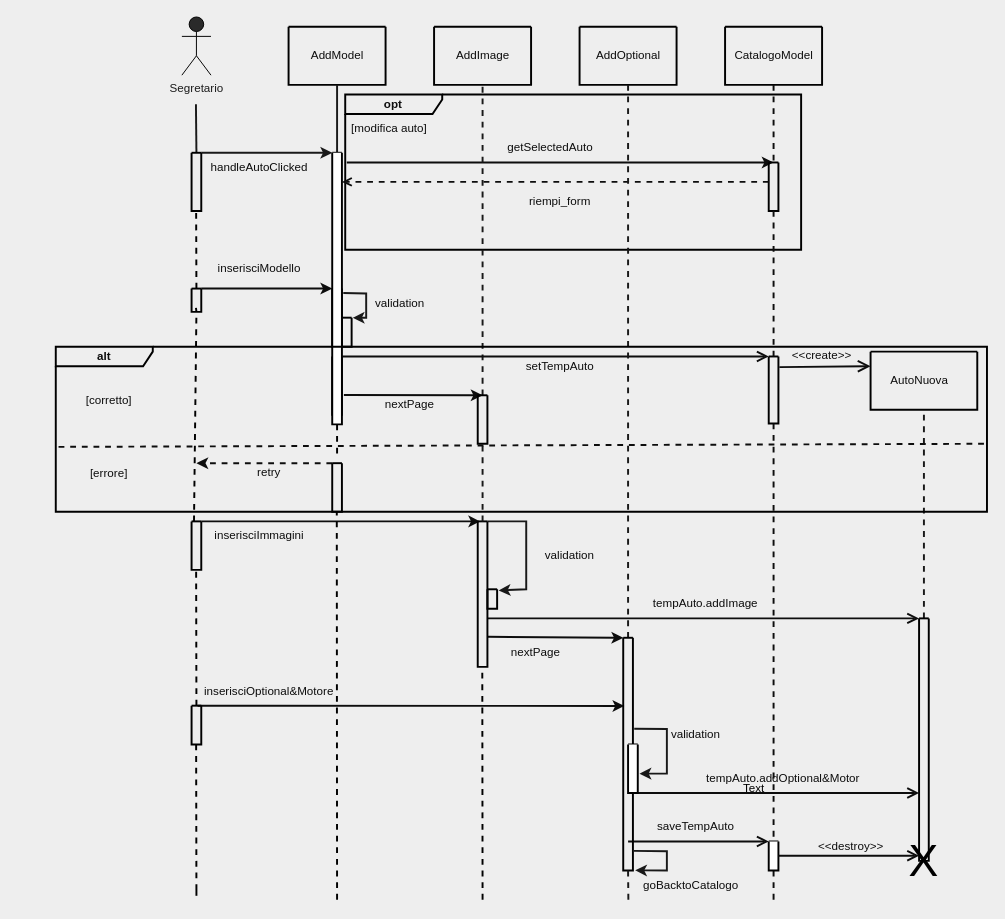
Before: doc/AddAutoSeq.drawio in 446f6e6e79/ConfiguratoreAuto, a draw.io diagram. Source tidied: cells renumbered, new cells numbered last; positions are measured from the earlier drawing's top-left corner, leaving out a move shared by most shapes. Both pictures are drawn from the tidied source at 97%, with x=0, y=0 at pixel (16, 16).
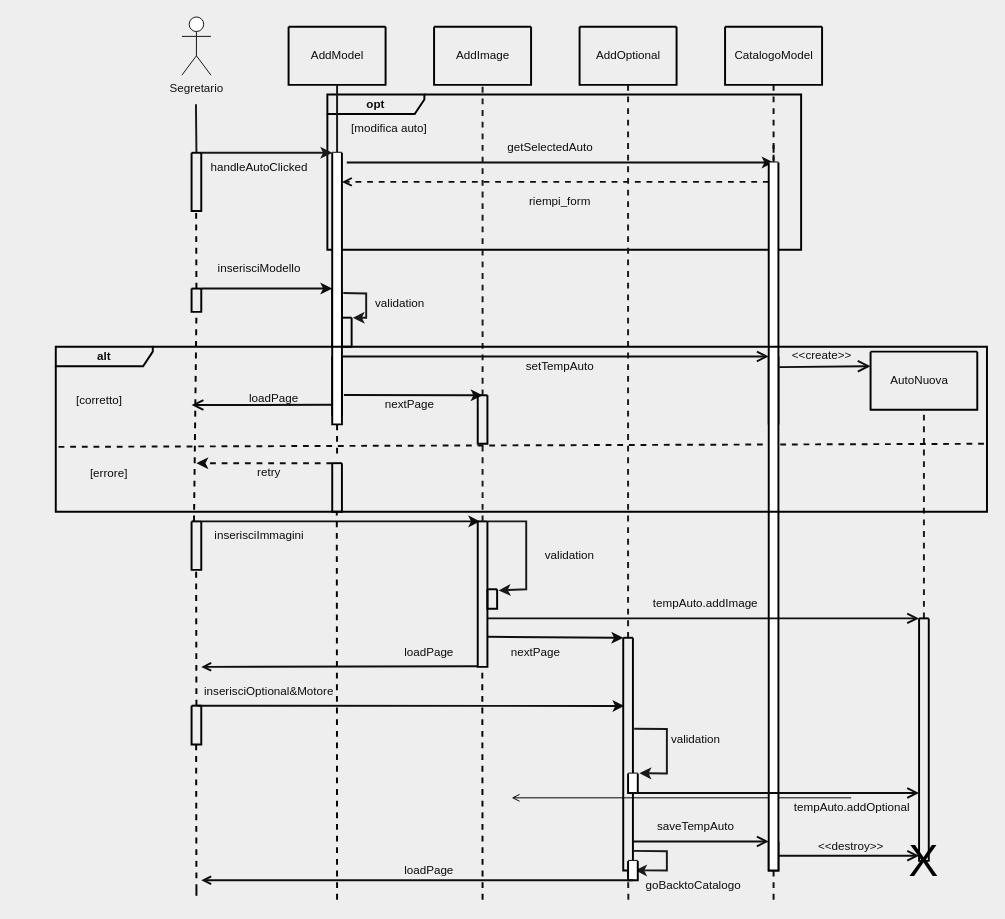
The same diagram, later.

The change refers to these unchanged cells:
```xml
<mxCell id="35" value="inserisciImmagini" style="text;html=1;strokeColor=none;fillColor=none;align=center;verticalAlign=middle;whiteSpace=wrap;rounded=0;labelBackgroundColor=none;strokeWidth=2;fontColor=#0D0D0D;" parent="1" vertex="1">
  <mxGeometry x="190" y="520" width="120" height="30" as="geometry" />
</mxCell>
<mxCell id="65" style="swimlane;startSize=0;labelBackgroundColor=none;strokeColor=#000000;strokeWidth=2;fontColor=#0D0D0D;fillColor=#2A2A2A;" parent="1" vertex="1">
  <mxGeometry x="325" y="280" width="10" height="60" as="geometry" />
</mxCell>
<mxCell id="68" style="swimlane;startSize=0;labelBackgroundColor=none;strokeColor=#000000;strokeWidth=2;fontColor=#0D0D0D;fillColor=#2A2A2A;" parent="1" vertex="1">
  <mxGeometry x="180" y="280" width="10" height="24" as="geometry" />
</mxCell>
<mxCell id="72" style="swimlane;startSize=0;labelBackgroundColor=none;strokeColor=#000000;strokeWidth=2;fontColor=#0D0D0D;fillColor=#FFFFFF;" parent="1" vertex="1">
  <mxGeometry x="180" y="520" width="10" height="50" as="geometry" />
</mxCell>
<mxCell id="79" style="swimlane;startSize=0;labelBackgroundColor=none;strokeColor=#000000;strokeWidth=2;fontColor=#0D0D0D;fillColor=#FFFFFF;" parent="1" vertex="1">
  <mxGeometry x="625" y="640" width="10" height="240" as="geometry" />
</mxCell>
<mxCell id="83" style="swimlane;startSize=0;labelBackgroundColor=none;strokeColor=#000000;strokeWidth=2;fontColor=#0D0D0D;fillColor=#2A2A2A;" parent="1" vertex="1">
  <mxGeometry x="930" y="620" width="10" height="250" as="geometry" />
</mxCell>
<mxCell id="92" style="swimlane;startSize=0;labelBackgroundColor=none;strokeColor=#000000;strokeWidth=2;fontColor=#0D0D0D;fillColor=#2A2A2A;swimlaneFillColor=#FFFFFF;" parent="1" vertex="1">
  <mxGeometry x="325" y="140" width="10" height="280" as="geometry" />
</mxCell>
<mxCell id="94" style="swimlane;startSize=0;labelBackgroundColor=none;strokeColor=#000000;strokeWidth=2;fontColor=#0D0D0D;fillColor=#FFFFFF;swimlaneFillColor=#FFFFFF;" parent="1" vertex="1">
  <mxGeometry x="775" y="850" width="10" height="30" as="geometry" />
</mxCell>
```

The edit, as a diff of the source:
```diff
@@
     <mxCell id="2" value="&lt;b&gt;opt&lt;/b&gt;" style="shape=umlFrame;whiteSpace=wrap;html=1;labelBackgroundColor=none;strokeColor=#000000;strokeWidth=2;fontColor=#0D0D0D;fillColor=none;width=100;height=20;" parent="1" vertex="1">
-      <mxGeometry x="338.4" y="80" width="470" height="160" as="geometry" />
+      <mxGeometry x="320" y="80" width="488.4" height="160" as="geometry" />
     </mxCell>
-    <mxCell id="3" value="Segretario" style="shape=umlActor;verticalLabelPosition=bottom;verticalAlign=top;html=1;fillColor=#2A2A2A;strokeColor=#000000;fontColor=#1C1C1C;" parent="1" vertex="1">
-      <mxGeometry x="170" width="30" height="60" as="geometry" />
-    </mxCell>
@@
-    <mxCell id="15" style="endArrow=none;dashed=1;html=1;rounded=0;exitX=0.622;exitY=0;exitDx=0;exitDy=0;exitPerimeter=0;strokeWidth=2;strokeColor=#000000;entryX=0.5;entryY=1;entryDx=0;entryDy=0;" parent="1" edge="1" target="68">
-      <mxGeometry relative="1" as="geometry">
-        <mxPoint x="184.5" y="300" as="sourcePoint" />
-      </mxGeometry>
-    </mxCell>
-    <mxCell id="16" style="endArrow=none;dashed=1;html=1;rounded=0;entryX=0.5;entryY=1;entryDx=0;entryDy=0;strokeWidth=2;strokeColor=#000000;exitX=0.25;exitY=0;exitDx=0;exitDy=0;" parent="1" edge="1" source="72" target="68">
-      <mxGeometry relative="1" as="geometry" />
-    </mxCell>
@@
-    <mxCell id="23" style="swimlane;startSize=0;labelBackgroundColor=none;strokeColor=#000000;strokeWidth=2;fontColor=#0D0D0D;fillColor=#2A2A2A;" parent="1" vertex="1">
-      <mxGeometry x="775" y="150" width="10" height="50" as="geometry" />
-    </mxCell>
@@
-    <mxCell id="28" style="endArrow=classic;html=1;rounded=0;strokeColor=#0D0D0D;strokeWidth=2;entryX=0;entryY=0;entryDx=0;entryDy=0;" parent="1" edge="1" target="65">
-      <mxGeometry relative="1" as="geometry">
-        <mxPoint x="190" y="280" as="sourcePoint" />
-      </mxGeometry>
+    <mxCell id="28" style="endArrow=classic;html=1;rounded=0;strokeColor=#0D0D0D;strokeWidth=2;entryX=0;entryY=0;entryDx=0;entryDy=0;exitX=1;exitY=0;exitDx=0;exitDy=0;" parent="1" edge="1" source="68" target="65">
+      <mxGeometry relative="1" as="geometry" />
     </mxCell>
@@
-    <mxCell id="34" style="endArrow=classic;html=1;rounded=0;strokeColor=#0D0D0D;strokeWidth=2;exitX=1;exitY=0;exitDx=0;exitDy=0;" parent="1" edge="1" source="72">
+    <mxCell id="34" style="endArrow=classic;html=1;rounded=0;strokeColor=#0D0D0D;strokeWidth=2;exitX=0;exitY=0;exitDx=0;exitDy=0;" parent="1" edge="1" source="35">
       <mxGeometry relative="1" as="geometry">
         <mxPoint x="477.5" y="520" as="targetPoint" />
       </mxGeometry>
     </mxCell>
@@
-    <mxCell id="45" style="endArrow=open;html=1;rounded=0;strokeColor=#0D0D0D;strokeWidth=2;entryX=0;entryY=0;entryDx=0;entryDy=0;endSize=8;endFill=0;" parent="1" edge="1" target="83">
-      <mxGeometry relative="1" as="geometry">
-        <mxPoint x="485" y="620" as="sourcePoint" />
-      </mxGeometry>
-    </mxCell>
@@
-    <mxCell id="49" style="endArrow=classic;html=1;rounded=0;strokeColor=#191919;strokeWidth=2;fontColor=#0D0D0D;exitX=1.133;exitY=0.391;exitDx=0;exitDy=0;exitPerimeter=0;entryX=1.181;entryY=0.602;entryDx=0;entryDy=0;entryPerimeter=0;" parent="1" edge="1" source="79" target="91">
+    <mxCell id="49" style="endArrow=classic;html=1;rounded=0;strokeColor=#191919;strokeWidth=2;fontColor=#0D0D0D;exitX=1.133;exitY=0.391;exitDx=0;exitDy=0;exitPerimeter=0;entryX=1.175;entryY=-0.021;entryDx=0;entryDy=0;entryPerimeter=0;" parent="1" edge="1" source="79" target="91">
       <mxGeometry relative="1" as="geometry">
         <Array as="points">
           <mxPoint x="670" y="734" />
           <mxPoint x="670" y="780" />
         </Array>
       </mxGeometry>
     </mxCell>
     <mxCell id="50" value="validation" style="text;html=1;strokeColor=none;fillColor=none;align=center;verticalAlign=middle;whiteSpace=wrap;rounded=0;labelBackgroundColor=none;strokeWidth=2;fontColor=#0D0D0D;" parent="1" vertex="1">
-      <mxGeometry x="640" y="725" width="120" height="30" as="geometry" />
+      <mxGeometry x="640" y="730" width="120" height="30" as="geometry" />
     </mxCell>
-    <mxCell id="51" style="endArrow=open;html=1;rounded=0;strokeColor=#0D0D0D;strokeWidth=2;endFill=0;endSize=8;" parent="1" edge="1">
-      <mxGeometry relative="1" as="geometry">
-        <mxPoint x="630" y="800" as="sourcePoint" />
-        <mxPoint x="930" y="800" as="targetPoint" />
-      </mxGeometry>
-    </mxCell>
-    <mxCell id="52" value="tempAuto.addOptional&amp;amp;Motor" style="text;html=1;strokeColor=none;fillColor=none;align=center;verticalAlign=middle;whiteSpace=wrap;rounded=0;labelBackgroundColor=none;strokeWidth=2;fontColor=#0D0D0D;" parent="1" vertex="1">
-      <mxGeometry x="730" y="770" width="120" height="30" as="geometry" />
-    </mxCell>
+    <mxCell id="100" style="edgeStyle=orthogonalEdgeStyle;rounded=0;jettySize=auto;html=1;fontColor=#121212;endArrow=open;endFill=0;" parent="1" edge="1" source="52">
+      <mxGeometry relative="1" as="geometry">
+        <mxPoint x="510" y="805" as="targetPoint" />
+      </mxGeometry>
+    </mxCell>
@@
     <mxCell id="59" value="[corretto]" style="text;html=1;strokeColor=none;fillColor=none;align=center;verticalAlign=middle;whiteSpace=wrap;rounded=0;labelBackgroundColor=none;strokeWidth=2;fontColor=#0D0D0D;" parent="1" vertex="1">
-      <mxGeometry y="371" width="190" height="48" as="geometry" />
+      <mxGeometry x="50" y="386" width="70" height="19" as="geometry" />
     </mxCell>
-    <mxCell id="60" style="endArrow=open;html=1;rounded=0;strokeColor=#0D0D0D;strokeWidth=2;endFill=0;endSize=8;entryX=0;entryY=0;entryDx=0;entryDy=0;" parent="1" edge="1" target="94">
-      <mxGeometry relative="1" as="geometry">
-        <mxPoint x="630" y="850" as="sourcePoint" />
-      </mxGeometry>
+    <mxCell id="60" style="endArrow=open;html=1;rounded=0;strokeColor=#0D0D0D;strokeWidth=2;endFill=0;endSize=8;entryX=0;entryY=0;entryDx=0;entryDy=0;exitX=1.063;exitY=0.875;exitDx=0;exitDy=0;exitPerimeter=0;" parent="1" edge="1" source="79" target="94">
+      <mxGeometry relative="1" as="geometry" />
     </mxCell>
@@
     <mxCell id="62" value="goBacktoCatalogo" style="text;html=1;strokeColor=none;fillColor=none;align=center;verticalAlign=middle;whiteSpace=wrap;rounded=0;labelBackgroundColor=none;strokeWidth=2;fontColor=#0D0D0D;" parent="1" vertex="1">
-      <mxGeometry x="635" y="880" width="120" height="30" as="geometry" />
+      <mxGeometry x="640" y="880" width="115" height="30" as="geometry" />
     </mxCell>
@@
     <mxCell id="91" style="swimlane;startSize=0;labelBackgroundColor=none;strokeColor=#000000;strokeWidth=2;fontColor=#0D0D0D;fillColor=#FFFFFF;swimlaneFillColor=#FFFFFF;" parent="1" vertex="1">
-      <mxGeometry x="630" y="750" width="10" height="50" as="geometry" />
+      <mxGeometry x="630" y="780" width="10" height="20" as="geometry" />
     </mxCell>
@@
-    <mxCell id="93" value="&lt;b&gt;alt&lt;/b&gt;" style="shape=umlFrame;whiteSpace=wrap;html=1;labelBackgroundColor=none;strokeColor=#000000;strokeWidth=2;fontColor=#0D0D0D;fillColor=none;width=100;height=20;" parent="1" vertex="1">
-      <mxGeometry x="40" y="340" width="960" height="170" as="geometry" />
-    </mxCell>
@@
-    <mxCell id="97" value="Text" style="text;html=1;strokeColor=none;fillColor=none;align=center;verticalAlign=middle;whiteSpace=wrap;rounded=0;" parent="1" vertex="1">
-      <mxGeometry x="730" y="780" width="60" height="30" as="geometry" />
-    </mxCell>
@@
+    <mxCell id="101" style="endArrow=open;html=1;rounded=0;strokeColor=#0D0D0D;strokeWidth=2;exitX=-0.002;exitY=0.928;exitDx=0;exitDy=0;exitPerimeter=0;endFill=0;endSize=8;" parent="1" edge="1" source="92">
+      <mxGeometry relative="1" as="geometry">
+        <mxPoint x="180" y="400" as="targetPoint" />
+      </mxGeometry>
+    </mxCell>
+    <mxCell id="16" style="endArrow=none;dashed=1;html=1;rounded=0;strokeWidth=2;strokeColor=#000000;exitX=0.25;exitY=0;exitDx=0;exitDy=0;entryX=0.5;entryY=1;entryDx=0;entryDy=0;" parent="1" edge="1" source="72" target="68">
+      <mxGeometry relative="1" as="geometry" />
+    </mxCell>
+    <mxCell id="102" value="loadPage" style="text;html=1;strokeColor=none;fillColor=none;align=center;verticalAlign=middle;whiteSpace=wrap;rounded=0;labelBackgroundColor=none;strokeWidth=2;fontColor=#0D0D0D;" parent="1" vertex="1">
+      <mxGeometry x="230" y="385" width="70" height="15" as="geometry" />
+    </mxCell>
+    <mxCell id="103" value="loadPage" style="text;html=1;strokeColor=none;fillColor=none;align=center;verticalAlign=middle;whiteSpace=wrap;rounded=0;labelBackgroundColor=none;strokeWidth=2;fontColor=#0D0D0D;" parent="1" vertex="1">
+      <mxGeometry x="365" y="640" width="120" height="30" as="geometry" />
+    </mxCell>
+    <mxCell id="104" style="endArrow=open;html=1;rounded=0;strokeColor=#0D0D0D;strokeWidth=2;exitX=-0.002;exitY=0.928;exitDx=0;exitDy=0;exitPerimeter=0;endFill=0;" parent="1" edge="1">
+      <mxGeometry relative="1" as="geometry">
+        <mxPoint x="475" y="669.4" as="sourcePoint" />
+        <mxPoint x="190" y="670" as="targetPoint" />
+      </mxGeometry>
+    </mxCell>
+    <mxCell id="105" style="swimlane;startSize=0;labelBackgroundColor=none;strokeColor=#000000;strokeWidth=2;fontColor=#0D0D0D;fillColor=#FFFFFF;swimlaneFillColor=#FFFFFF;" parent="1" vertex="1">
+      <mxGeometry x="630" y="870" width="10" height="20" as="geometry" />
+    </mxCell>
+    <mxCell id="23" style="swimlane;startSize=0;labelBackgroundColor=none;strokeColor=#000000;strokeWidth=2;fontColor=#0D0D0D;fillColor=#2A2A2A;swimlaneFillColor=#FFFFFF;" parent="1" vertex="1">
+      <mxGeometry x="775" y="150" width="10" height="730" as="geometry" />
+    </mxCell>
+    <mxCell id="45" style="endArrow=open;html=1;rounded=0;strokeColor=#0D0D0D;strokeWidth=2;entryX=0;entryY=0;entryDx=0;entryDy=0;endSize=8;endFill=0;" parent="1" edge="1" target="83">
+      <mxGeometry relative="1" as="geometry">
+        <mxPoint x="485" y="620" as="sourcePoint" />
+      </mxGeometry>
+    </mxCell>
+    <mxCell id="52" value="tempAuto.addOptional" style="text;html=1;strokeColor=none;fillColor=none;align=center;verticalAlign=middle;whiteSpace=wrap;rounded=0;labelBackgroundColor=none;strokeWidth=2;fontColor=#0D0D0D;" parent="1" vertex="1">
+      <mxGeometry x="860" y="800" height="30" as="geometry" />
+    </mxCell>
+    <mxCell id="51" style="endArrow=open;html=1;rounded=0;strokeColor=#0D0D0D;strokeWidth=2;endFill=0;endSize=8;" parent="1" edge="1">
+      <mxGeometry relative="1" as="geometry">
+        <mxPoint x="630" y="800" as="sourcePoint" />
+        <mxPoint x="930" y="800" as="targetPoint" />
+      </mxGeometry>
+    </mxCell>
+    <mxCell id="106" style="endArrow=open;html=1;rounded=0;strokeColor=#0D0D0D;strokeWidth=2;exitX=-0.002;exitY=0.928;exitDx=0;exitDy=0;exitPerimeter=0;endFill=0;" parent="1" edge="1">
+      <mxGeometry relative="1" as="geometry">
+        <mxPoint x="635" y="890" as="sourcePoint" />
+        <mxPoint x="190" y="890" as="targetPoint" />
+      </mxGeometry>
+    </mxCell>
+    <mxCell id="107" value="loadPage" style="text;html=1;strokeColor=none;fillColor=none;align=center;verticalAlign=middle;whiteSpace=wrap;rounded=0;labelBackgroundColor=none;strokeWidth=2;fontColor=#0D0D0D;" parent="1" vertex="1">
+      <mxGeometry x="365" y="865" width="120" height="30" as="geometry" />
+    </mxCell>
+    <mxCell id="93" value="&lt;b&gt;alt&lt;/b&gt;" style="shape=umlFrame;whiteSpace=wrap;html=1;labelBackgroundColor=none;strokeColor=#000000;strokeWidth=2;fontColor=#0D0D0D;fillColor=none;width=100;height=20;" parent="1" vertex="1">
+      <mxGeometry x="40" y="340" width="960" height="170" as="geometry" />
+    </mxCell>
+    <mxCell id="3" value="Segretario&lt;br&gt;" style="shape=umlActor;verticalLabelPosition=bottom;verticalAlign=top;html=1;fontColor=#121212;strokeColor=#121212;" parent="1" vertex="1">
+      <mxGeometry x="170" width="30" height="60" as="geometry" />
+    </mxCell>
```
